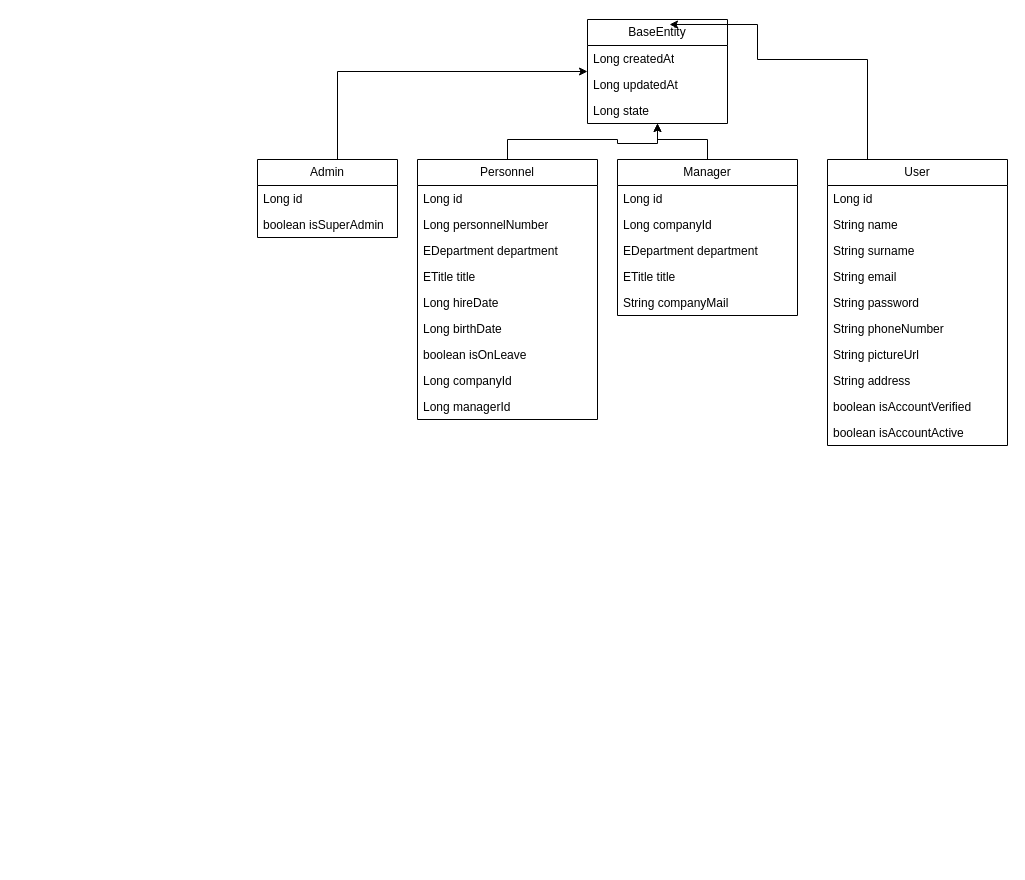
Above: src/main/resources/diagram/erm.drawio in alperenbcv/Java15Grup2Proje (draw.io), before the change. Source tidied: cells renumbered, new cells numbered last; positions are measured from the earlier drawing's top-left corner, leaving out a move shared by most shapes. Both pictures are drawn from the tidied source at 100%, with x=0, y=0 at pixel (257, 19).
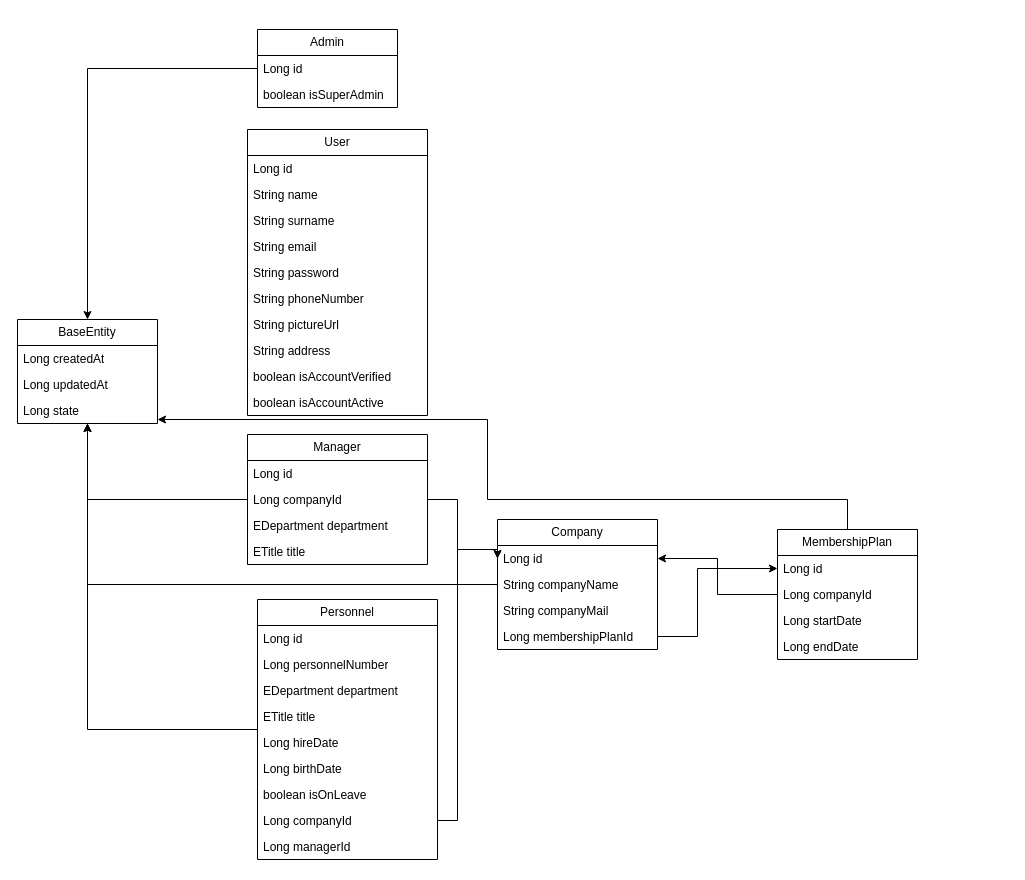
The same page after the edit.

The change refers to these unchanged cells:
```xml
<mxCell id="19" value="Long companyId" style="text;strokeColor=none;fillColor=none;align=left;verticalAlign=top;spacingLeft=4;spacingRight=4;overflow=hidden;points=[[0,0.5],[1,0.5]];portConstraint=eastwest;whiteSpace=wrap;html=1;" parent="11" vertex="1">
  <mxGeometry y="208" width="180" height="26" as="geometry" />
</mxCell>
```

The edit, as a diff of the source:
```diff
@@
     <mxCell id="2" value="BaseEntity" style="swimlane;fontStyle=0;horizontal=1;startSize=26;fillColor=none;whiteSpace=wrap;html=1;" parent="1" vertex="1">
-      <mxGeometry x="330" width="140" height="104" as="geometry" />
+      <mxGeometry x="-240" y="300" width="140" height="104" as="geometry" />
     </mxCell>
@@
     <mxCell id="6" style="edgeStyle=orthogonalEdgeStyle;rounded=0;jettySize=auto;html=1;" parent="1" edge="1" source="7" target="2">
       <mxGeometry relative="1" as="geometry">
         <Array as="points">
-          <mxPoint x="80" y="52" />
+          <mxPoint x="-170" y="49" />
         </Array>
       </mxGeometry>
     </mxCell>
     <mxCell id="7" value="Admin" style="swimlane;fontStyle=0;horizontal=1;startSize=26;fillColor=none;whiteSpace=wrap;html=1;" parent="1" vertex="1">
-      <mxGeometry y="140" width="140" height="78" as="geometry" />
+      <mxGeometry y="10" width="140" height="78" as="geometry" />
     </mxCell>
@@
     <mxCell id="11" value="Personnel" style="swimlane;fontStyle=0;horizontal=1;startSize=26;fillColor=none;whiteSpace=wrap;html=1;" parent="1" vertex="1">
-      <mxGeometry x="160" y="140" width="180" height="260" as="geometry" />
+      <mxGeometry y="580" width="180" height="260" as="geometry" />
     </mxCell>
@@
+    <mxCell id="40" style="edgeStyle=orthogonalEdgeStyle;rounded=0;jettySize=auto;html=1;entryX=0;entryY=0.5;entryDx=0;entryDy=0;" parent="1" edge="1" source="22" target="48">
+      <mxGeometry relative="1" as="geometry">
+        <Array as="points">
+          <mxPoint x="200" y="480" />
+          <mxPoint x="200" y="530" />
+          <mxPoint x="240" y="530" />
+        </Array>
+      </mxGeometry>
+    </mxCell>
     <mxCell id="22" value="Manager" style="swimlane;fontStyle=0;horizontal=1;startSize=26;fillColor=none;whiteSpace=wrap;html=1;" parent="1" vertex="1">
-      <mxGeometry x="360" y="140" width="180" height="156" as="geometry" />
+      <mxGeometry x="-10" y="415" width="180" height="130" as="geometry" />
     </mxCell>
@@
-    <mxCell id="27" value="String companyMail" style="text;strokeColor=none;fillColor=none;align=left;verticalAlign=top;spacingLeft=4;spacingRight=4;overflow=hidden;whiteSpace=wrap;html=1;" parent="22" vertex="1">
-      <mxGeometry y="130" width="180" height="26" as="geometry" />
-    </mxCell>
     <mxCell id="28" value="User" style="swimlane;fontStyle=0;horizontal=1;startSize=26;fillColor=none;whiteSpace=wrap;html=1;" parent="1" vertex="1">
-      <mxGeometry x="570" y="140" width="180" height="286" as="geometry" />
+      <mxGeometry x="-10" y="110" width="180" height="286" as="geometry" />
     </mxCell>
@@
-    <mxCell id="39" style="edgeStyle=orthogonalEdgeStyle;rounded=0;jettySize=auto;html=1;entryX=0.586;entryY=0.048;entryDx=0;entryDy=0;entryPerimeter=0;" parent="1" edge="1" source="28" target="2">
-      <mxGeometry relative="1" as="geometry">
-        <Array as="points">
-          <mxPoint x="610" y="40" />
-          <mxPoint x="500" y="40" />
-          <mxPoint x="500" y="5" />
-        </Array>
-      </mxGeometry>
-    </mxCell>
+    <mxCell id="41" style="edgeStyle=orthogonalEdgeStyle;rounded=0;jettySize=auto;html=1;" parent="1" edge="1" source="42" target="2">
+      <mxGeometry relative="1" as="geometry">
+        <Array as="points">
+          <mxPoint x="590" y="480" />
+          <mxPoint x="230" y="480" />
+          <mxPoint x="230" y="400" />
+        </Array>
+      </mxGeometry>
+    </mxCell>
+    <mxCell id="42" value="MembershipPlan" style="swimlane;fontStyle=0;horizontal=1;startSize=26;fillColor=none;whiteSpace=wrap;html=1;" parent="1" vertex="1">
+      <mxGeometry x="520" y="510" width="140" height="130" as="geometry" />
+    </mxCell>
+    <mxCell id="43" value="Long id" style="text;strokeColor=none;fillColor=none;align=left;verticalAlign=top;spacingLeft=4;spacingRight=4;overflow=hidden;points=[[0,0.5],[1,0.5]];portConstraint=eastwest;whiteSpace=wrap;html=1;" parent="42" vertex="1">
+      <mxGeometry y="26" width="140" height="26" as="geometry" />
+    </mxCell>
+    <mxCell id="44" value="Long companyId" style="text;strokeColor=none;fillColor=none;align=left;verticalAlign=top;spacingLeft=4;spacingRight=4;overflow=hidden;points=[[0,0.5],[1,0.5]];portConstraint=eastwest;whiteSpace=wrap;html=1;" parent="42" vertex="1">
+      <mxGeometry y="52" width="140" height="26" as="geometry" />
+    </mxCell>
+    <mxCell id="45" value="Long startDate" style="text;strokeColor=none;fillColor=none;align=left;verticalAlign=top;spacingLeft=4;spacingRight=4;overflow=hidden;whiteSpace=wrap;html=1;" parent="42" vertex="1">
+      <mxGeometry y="78" width="140" height="26" as="geometry" />
+    </mxCell>
+    <mxCell id="27" value="Long endDate" style="text;strokeColor=none;fillColor=none;align=left;verticalAlign=top;spacingLeft=4;spacingRight=4;overflow=hidden;whiteSpace=wrap;html=1;" parent="42" vertex="1">
+      <mxGeometry y="104" width="140" height="26" as="geometry" />
+    </mxCell>
+    <mxCell id="46" style="edgeStyle=orthogonalEdgeStyle;rounded=0;jettySize=auto;html=1;" parent="1" edge="1" source="47" target="2">
+      <mxGeometry relative="1" as="geometry" />
+    </mxCell>
+    <mxCell id="47" value="Company" style="swimlane;fontStyle=0;horizontal=1;startSize=26;fillColor=none;whiteSpace=wrap;html=1;" parent="1" vertex="1">
+      <mxGeometry x="240" y="500" width="160" height="130" as="geometry" />
+    </mxCell>
+    <mxCell id="48" value="Long id" style="text;strokeColor=none;fillColor=none;align=left;verticalAlign=top;spacingLeft=4;spacingRight=4;overflow=hidden;points=[[0,0.5],[1,0.5]];portConstraint=eastwest;whiteSpace=wrap;html=1;" parent="47" vertex="1">
+      <mxGeometry y="26" width="160" height="26" as="geometry" />
+    </mxCell>
+    <mxCell id="49" value="String companyName" style="text;strokeColor=none;fillColor=none;align=left;verticalAlign=top;spacingLeft=4;spacingRight=4;overflow=hidden;whiteSpace=wrap;html=1;" parent="47" vertex="1">
+      <mxGeometry y="52" width="160" height="26" as="geometry" />
+    </mxCell>
+    <mxCell id="50" value="String companyMail" style="text;strokeColor=none;fillColor=none;align=left;verticalAlign=top;spacingLeft=4;spacingRight=4;overflow=hidden;whiteSpace=wrap;html=1;" parent="47" vertex="1">
+      <mxGeometry y="78" width="160" height="26" as="geometry" />
+    </mxCell>
+    <mxCell id="51" value="Long membershipPlanId" style="text;strokeColor=none;fillColor=none;align=left;verticalAlign=top;spacingLeft=4;spacingRight=4;overflow=hidden;points=[[0,0.5],[1,0.5]];portConstraint=eastwest;whiteSpace=wrap;html=1;" parent="47" vertex="1">
+      <mxGeometry y="104" width="160" height="26" as="geometry" />
+    </mxCell>
+    <mxCell id="52" style="edgeStyle=orthogonalEdgeStyle;rounded=0;jettySize=auto;html=1;entryX=0;entryY=0.5;entryDx=0;entryDy=0;" parent="1" edge="1" source="19" target="48">
+      <mxGeometry relative="1" as="geometry">
+        <Array as="points">
+          <mxPoint x="200" y="801" />
+          <mxPoint x="200" y="530" />
+          <mxPoint x="240" y="530" />
+        </Array>
+      </mxGeometry>
+    </mxCell>
+    <mxCell id="53" style="edgeStyle=orthogonalEdgeStyle;rounded=0;jettySize=auto;html=1;" parent="1" edge="1" source="51" target="43">
+      <mxGeometry relative="1" as="geometry">
+        <Array as="points">
+          <mxPoint x="440" y="617" />
+          <mxPoint x="440" y="549" />
+        </Array>
+      </mxGeometry>
+    </mxCell>
+    <mxCell id="54" style="edgeStyle=orthogonalEdgeStyle;rounded=0;jettySize=auto;html=1;entryX=1;entryY=0.5;entryDx=0;entryDy=0;" parent="1" edge="1" source="44" target="48">
+      <mxGeometry relative="1" as="geometry" />
+    </mxCell>
```
